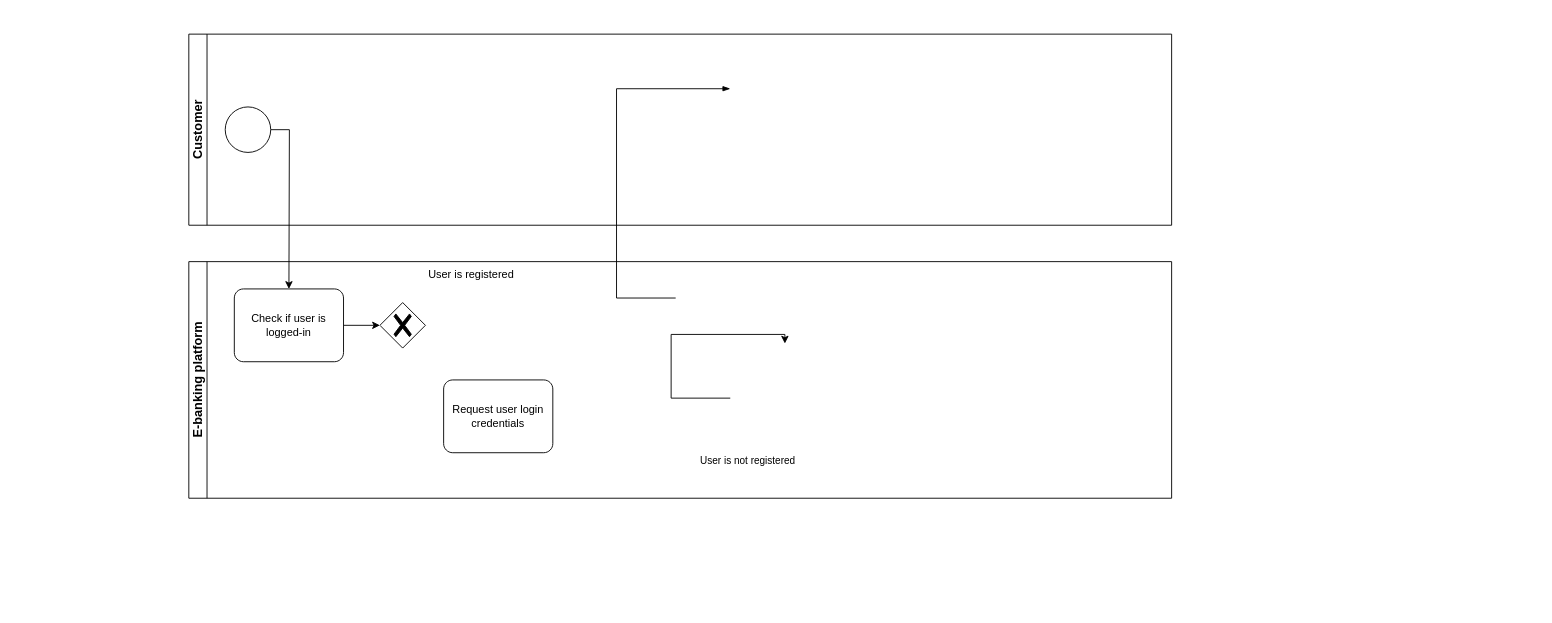
marymakayeva/Practise_project keeps this draw.io diagram as BPMN.drawio. Above is the earlier version. Source tidied: cells renumbered, new cells numbered last; positions are measured from the earlier drawing's top-left corner, leaving out a move shared by most shapes. Both pictures are drawn from the tidied source at 91%, with x=0, y=0 at pixel (188, 34).
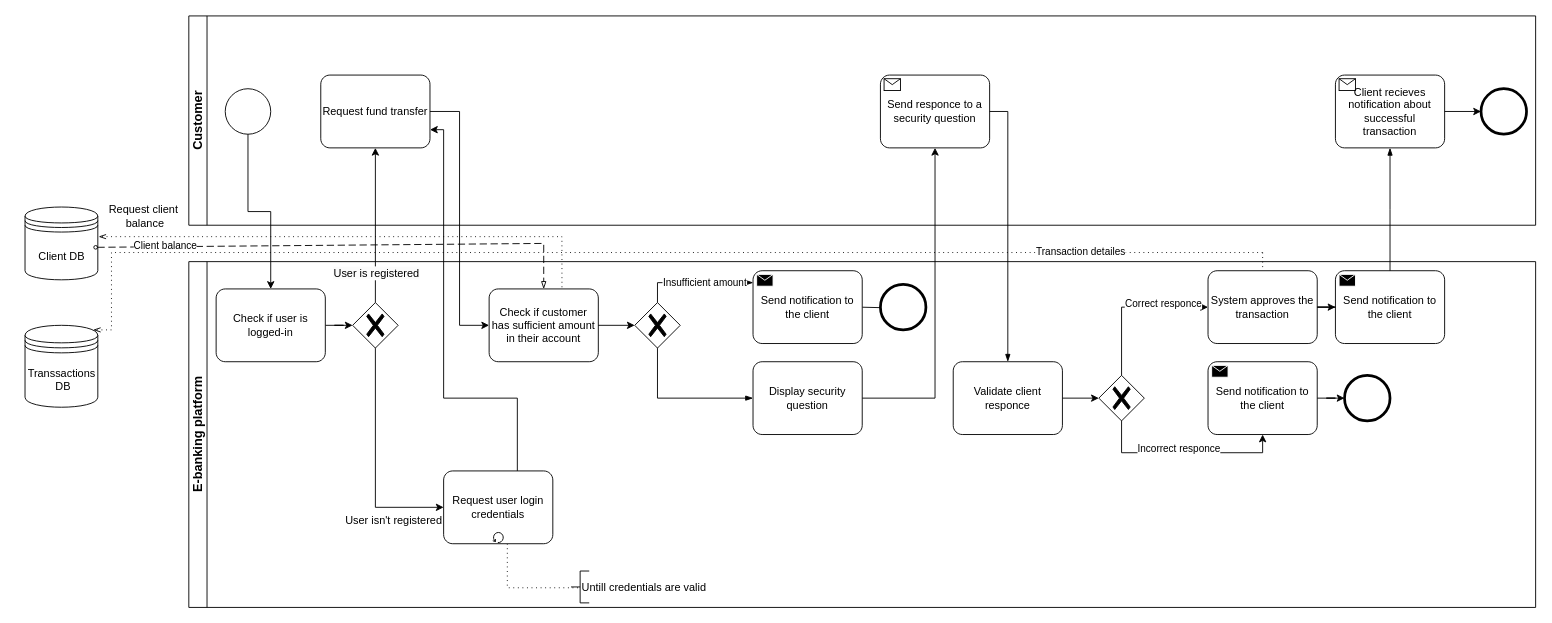
The same diagram, later.

The change refers to these unchanged cells:
```xml
<mxCell id="4" style="shape=mxgraph.bpmn.shape;html=1;verticalLabelPosition=bottom;labelBackgroundColor=#ffffff;verticalAlign=top;perimeter=ellipsePerimeter;outline=standard;symbol=general;" parent="3" vertex="1">
  <mxGeometry x="40" y="80" width="50" height="50" as="geometry" />
</mxCell>
```

Diff of the diagram source:
```diff
@@
-    <mxCell id="2" style="edgeStyle=orthogonalEdgeStyle;rounded=0;html=1;jettySize=auto;" parent="1" edge="1" source="4">
-      <mxGeometry relative="1" as="geometry">
-        <mxPoint x="110" y="280" as="targetPoint" />
-      </mxGeometry>
-    </mxCell>
     <mxCell id="3" value="&lt;font style=&quot;font-size: 14px;&quot;&gt;Customer&lt;/font&gt;" style="swimlane;startSize=20;horizontal=0;html=1;whiteSpace=wrap;" parent="1" vertex="1">
-      <mxGeometry width="1080" height="210" as="geometry" />
+      <mxGeometry y="-20" width="1480" height="230" as="geometry" />
     </mxCell>
@@
+    <mxCell id="14" value="Request fund transfer" style="points=[[0.25,0,0],[0.5,0,0],[0.75,0,0],[1,0.25,0],[1,0.5,0],[1,0.75,0],[0.75,1,0],[0.5,1,0],[0.25,1,0],[0,0.75,0],[0,0.5,0],[0,0.25,0]];shape=mxgraph.bpmn.task;whiteSpace=wrap;rectStyle=rounded;size=10;html=1;taskMarker=abstract;" parent="3" vertex="1">
+      <mxGeometry x="145" y="65" width="120" height="80" as="geometry" />
+    </mxCell>
+    <mxCell id="15" value="Send responce to a security question" style="points=[[0.25,0,0],[0.5,0,0],[0.75,0,0],[1,0.25,0],[1,0.5,0],[1,0.75,0],[0.75,1,0],[0.5,1,0],[0.25,1,0],[0,0.75,0],[0,0.5,0],[0,0.25,0]];shape=mxgraph.bpmn.task;whiteSpace=wrap;rectStyle=rounded;size=10;html=1;taskMarker=receive;" parent="3" vertex="1">
+      <mxGeometry x="760" y="65" width="120" height="80" as="geometry" />
+    </mxCell>
+    <mxCell id="16" value="Client recieves notification about successful transaction" style="points=[[0.25,0,0],[0.5,0,0],[0.75,0,0],[1,0.25,0],[1,0.5,0],[1,0.75,0],[0.75,1,0],[0.5,1,0],[0.25,1,0],[0,0.75,0],[0,0.5,0],[0,0.25,0]];shape=mxgraph.bpmn.task;whiteSpace=wrap;rectStyle=rounded;size=10;html=1;taskMarker=receive;" parent="3" vertex="1">
+      <mxGeometry x="1260" y="65" width="120" height="80" as="geometry" />
+    </mxCell>
+    <mxCell id="17" style="points=[[0.145,0.145,0],[0.5,0,0],[0.855,0.145,0],[1,0.5,0],[0.855,0.855,0],[0.5,1,0],[0.145,0.855,0],[0,0.5,0]];shape=mxgraph.bpmn.event;html=1;verticalLabelPosition=bottom;labelBackgroundColor=#ffffff;verticalAlign=top;align=center;perimeter=ellipsePerimeter;outlineConnect=0;outline=end;symbol=terminate2;" parent="3" vertex="1">
+      <mxGeometry x="1420" y="80" width="50" height="50" as="geometry" />
+    </mxCell>
+    <mxCell id="18" style="edgeStyle=orthogonalEdgeStyle;rounded=0;jettySize=auto;html=1;entryX=0;entryY=0.5;entryDx=0;entryDy=0;entryPerimeter=0;" parent="3" edge="1" source="16" target="17">
+      <mxGeometry relative="1" as="geometry" />
+    </mxCell>
     <mxCell id="5" value="&lt;font style=&quot;font-size: 14px;&quot;&gt;E-banking platform&lt;/font&gt;" style="swimlane;startSize=20;horizontal=0;html=1;whiteSpace=wrap;" parent="1" vertex="1">
-      <mxGeometry y="250" width="1080" height="260" as="geometry" />
+      <mxGeometry y="250" width="1480" height="380" as="geometry" />
     </mxCell>
     <mxCell id="6" style="points=[[0.25,0.25,0],[0.5,0,0],[0.75,0.25,0],[1,0.5,0],[0.75,0.75,0],[0.5,1,0],[0.25,0.75,0],[0,0.5,0]];shape=mxgraph.bpmn.gateway2;html=1;verticalLabelPosition=bottom;labelBackgroundColor=#ffffff;verticalAlign=top;align=center;perimeter=rhombusPerimeter;outlineConnect=0;outline=none;symbol=none;gwType=exclusive;" parent="5" vertex="1">
-      <mxGeometry x="210" y="45" width="50" height="50" as="geometry" />
+      <mxGeometry x="180" y="45" width="50" height="50" as="geometry" />
     </mxCell>
-    <mxCell id="7" value="Request user login credentials" style="points=[[0.25,0,0],[0.5,0,0],[0.75,0,0],[1,0.25,0],[1,0.5,0],[1,0.75,0],[0.75,1,0],[0.5,1,0],[0.25,1,0],[0,0.75,0],[0,0.5,0],[0,0.25,0]];shape=mxgraph.bpmn.task;whiteSpace=wrap;rectStyle=rounded;size=10;html=1;taskMarker=abstract;" parent="5" vertex="1">
-      <mxGeometry x="280" y="130" width="120" height="80" as="geometry" />
-    </mxCell>
@@
     <mxCell id="9" value="Check if user is logged-in" style="points=[[0.25,0,0],[0.5,0,0],[0.75,0,0],[1,0.25,0],[1,0.5,0],[1,0.75,0],[0.75,1,0],[0.5,1,0],[0.25,1,0],[0,0.75,0],[0,0.5,0],[0,0.25,0]];shape=mxgraph.bpmn.task;whiteSpace=wrap;rectStyle=rounded;size=10;html=1;taskMarker=abstract;" parent="5" vertex="1">
-      <mxGeometry x="50" y="30" width="120" height="80" as="geometry" />
+      <mxGeometry x="30" y="30" width="120" height="80" as="geometry" />
     </mxCell>
-    <mxCell id="10" style="edgeStyle=elbowEdgeStyle;fontSize=12;html=1;endArrow=blockThin;endFill=1;rounded=0;exitX=0.5;exitY=0;exitDx=0;exitDy=0;exitPerimeter=0;" parent="5" edge="1">
-      <mxGeometry relative="1" as="geometry">
-        <mxPoint x="535" y="40" as="sourcePoint" />
-        <mxPoint x="595" y="-190" as="targetPoint" />
-        <Array as="points">
-          <mxPoint x="470" y="-190" />
-        </Array>
-      </mxGeometry>
-    </mxCell>
-    <mxCell id="11" style="edgeStyle=orthogonalEdgeStyle;rounded=0;orthogonalLoop=1;jettySize=auto;html=1;exitX=0.5;exitY=1;exitDx=0;exitDy=0;exitPerimeter=0;" parent="5" edge="1">
-      <mxGeometry relative="1" as="geometry">
-        <mxPoint x="595" y="150" as="sourcePoint" />
-        <mxPoint x="655" y="90" as="targetPoint" />
-        <Array as="points">
-          <mxPoint x="530" y="150" />
-          <mxPoint x="530" y="80" />
-          <mxPoint x="655" y="80" />
-        </Array>
-      </mxGeometry>
-    </mxCell>
-    <mxCell id="12" value="User is not registered" style="edgeLabel;html=1;align=center;verticalAlign=middle;" parent="11" vertex="1">
-      <mxGeometry x="-0.49" y="-14" relative="1" as="geometry">
-        <mxPoint x="69" y="72" as="offset" />
-      </mxGeometry>
-    </mxCell>
+    <mxCell id="19" value="User isn't registered" style="text;html=1;align=center;verticalAlign=middle;strokeColor=none;fillColor=none;" parent="5" vertex="1">
+      <mxGeometry x="160" y="270" width="130" height="30" as="geometry" />
+    </mxCell>
+    <mxCell id="20" value="Check if customer has sufficient amount in their account" style="points=[[0.25,0,0],[0.5,0,0],[0.75,0,0],[1,0.25,0],[1,0.5,0],[1,0.75,0],[0.75,1,0],[0.5,1,0],[0.25,1,0],[0,0.75,0],[0,0.5,0],[0,0.25,0]];shape=mxgraph.bpmn.task;whiteSpace=wrap;rectStyle=rounded;size=10;html=1;taskMarker=abstract;" parent="5" vertex="1">
+      <mxGeometry x="330" y="30" width="120" height="80" as="geometry" />
+    </mxCell>
+    <mxCell id="21" style="points=[[0.25,0.25,0],[0.5,0,0],[0.75,0.25,0],[1,0.5,0],[0.75,0.75,0],[0.5,1,0],[0.25,0.75,0],[0,0.5,0]];shape=mxgraph.bpmn.gateway2;html=1;verticalLabelPosition=bottom;labelBackgroundColor=#ffffff;verticalAlign=top;align=center;perimeter=rhombusPerimeter;outlineConnect=0;outline=none;symbol=none;gwType=exclusive;" parent="5" vertex="1">
+      <mxGeometry x="490" y="45" width="50" height="50" as="geometry" />
+    </mxCell>
+    <mxCell id="22" style="edgeStyle=orthogonalEdgeStyle;rounded=0;jettySize=auto;html=1;entryX=0;entryY=0.5;entryDx=0;entryDy=0;entryPerimeter=0;" parent="5" edge="1" source="20" target="21">
+      <mxGeometry relative="1" as="geometry" />
+    </mxCell>
+    <mxCell id="23" style="edgeStyle=elbowEdgeStyle;fontSize=12;html=1;endArrow=blockThin;endFill=1;rounded=0;exitX=0.5;exitY=0;exitDx=0;exitDy=0;exitPerimeter=0;entryX=0.002;entryY=0.164;entryDx=0;entryDy=0;entryPerimeter=0;" parent="5" edge="1" source="21">
+      <mxGeometry relative="1" as="geometry">
+        <mxPoint x="620.2" y="23.1" as="targetPoint" />
+        <Array as="points">
+          <mxPoint x="515" y="30" />
+        </Array>
+      </mxGeometry>
+    </mxCell>
+    <mxCell id="24" value="Insufficient amount" style="edgeLabel;html=1;align=center;verticalAlign=middle;" parent="23" vertex="1">
+      <mxGeometry x="-0.03" y="-1" relative="1" as="geometry">
+        <mxPoint x="11" y="-2" as="offset" />
+      </mxGeometry>
+    </mxCell>
+    <mxCell id="25" style="edgeStyle=orthogonalEdgeStyle;rounded=0;jettySize=auto;html=1;" parent="5" edge="1" target="26">
+      <mxGeometry relative="1" as="geometry">
+        <mxPoint x="740" y="50.1" as="sourcePoint" />
+      </mxGeometry>
+    </mxCell>
+    <mxCell id="26" style="points=[[0.145,0.145,0],[0.5,0,0],[0.855,0.145,0],[1,0.5,0],[0.855,0.855,0],[0.5,1,0],[0.145,0.855,0],[0,0.5,0]];shape=mxgraph.bpmn.event;html=1;verticalLabelPosition=bottom;labelBackgroundColor=#ffffff;verticalAlign=top;align=center;perimeter=ellipsePerimeter;outlineConnect=0;outline=end;symbol=terminate2;" parent="5" vertex="1">
+      <mxGeometry x="760" y="25" width="50" height="50" as="geometry" />
+    </mxCell>
+    <mxCell id="27" value="Display security question" style="points=[[0.25,0,0],[0.5,0,0],[0.75,0,0],[1,0.25,0],[1,0.5,0],[1,0.75,0],[0.75,1,0],[0.5,1,0],[0.25,1,0],[0,0.75,0],[0,0.5,0],[0,0.25,0]];shape=mxgraph.bpmn.task;whiteSpace=wrap;rectStyle=rounded;size=10;html=1;taskMarker=abstract;" parent="5" vertex="1">
+      <mxGeometry x="620" y="110" width="120" height="80" as="geometry" />
+    </mxCell>
+    <mxCell id="28" style="edgeStyle=elbowEdgeStyle;fontSize=12;html=1;endArrow=blockThin;endFill=1;rounded=0;exitX=0.5;exitY=1;exitDx=0;exitDy=0;exitPerimeter=0;entryX=0;entryY=0.5;entryDx=0;entryDy=0;entryPerimeter=0;" parent="5" edge="1" source="21" target="27">
+      <mxGeometry relative="1" as="geometry">
+        <Array as="points">
+          <mxPoint x="515" y="130" />
+        </Array>
+      </mxGeometry>
+    </mxCell>
+    <mxCell id="29" value="Validate client responce" style="points=[[0.25,0,0],[0.5,0,0],[0.75,0,0],[1,0.25,0],[1,0.5,0],[1,0.75,0],[0.75,1,0],[0.5,1,0],[0.25,1,0],[0,0.75,0],[0,0.5,0],[0,0.25,0]];shape=mxgraph.bpmn.task;whiteSpace=wrap;rectStyle=rounded;size=10;html=1;taskMarker=abstract;" parent="5" vertex="1">
+      <mxGeometry x="840" y="110" width="120" height="80" as="geometry" />
+    </mxCell>
+    <mxCell id="30" style="points=[[0.25,0.25,0],[0.5,0,0],[0.75,0.25,0],[1,0.5,0],[0.75,0.75,0],[0.5,1,0],[0.25,0.75,0],[0,0.5,0]];shape=mxgraph.bpmn.gateway2;html=1;verticalLabelPosition=bottom;labelBackgroundColor=#ffffff;verticalAlign=top;align=center;perimeter=rhombusPerimeter;outlineConnect=0;outline=none;symbol=none;gwType=exclusive;" parent="5" vertex="1">
+      <mxGeometry x="1000" y="125" width="50" height="50" as="geometry" />
+    </mxCell>
+    <mxCell id="31" style="edgeStyle=orthogonalEdgeStyle;rounded=0;jettySize=auto;html=1;entryX=0;entryY=0.5;entryDx=0;entryDy=0;entryPerimeter=0;" parent="5" edge="1" source="29" target="30">
+      <mxGeometry relative="1" as="geometry" />
+    </mxCell>
+    <mxCell id="32" value="System approves the transaction" style="points=[[0.25,0,0],[0.5,0,0],[0.75,0,0],[1,0.25,0],[1,0.5,0],[1,0.75,0],[0.75,1,0],[0.5,1,0],[0.25,1,0],[0,0.75,0],[0,0.5,0],[0,0.25,0]];shape=mxgraph.bpmn.task;whiteSpace=wrap;rectStyle=rounded;size=10;html=1;taskMarker=abstract;" parent="5" vertex="1">
+      <mxGeometry x="1120" y="10" width="120" height="80" as="geometry" />
+    </mxCell>
+    <mxCell id="33" style="edgeStyle=orthogonalEdgeStyle;rounded=0;jettySize=auto;html=1;exitX=0.5;exitY=0;exitDx=0;exitDy=0;exitPerimeter=0;entryX=0;entryY=0.5;entryDx=0;entryDy=0;entryPerimeter=0;" parent="5" edge="1" source="30" target="32">
+      <mxGeometry relative="1" as="geometry" />
+    </mxCell>
+    <mxCell id="34" value="Correct responce" style="edgeLabel;html=1;align=center;verticalAlign=middle;" parent="33" vertex="1">
+      <mxGeometry x="0.18" y="3" relative="1" as="geometry">
+        <mxPoint x="20" y="-2" as="offset" />
+      </mxGeometry>
+    </mxCell>
+    <mxCell id="35" style="edgeStyle=orthogonalEdgeStyle;rounded=0;jettySize=auto;html=1;entryX=0.5;entryY=1;entryDx=0;entryDy=0;entryPerimeter=0;exitX=0.5;exitY=1;exitDx=0;exitDy=0;exitPerimeter=0;" parent="5" edge="1" source="30">
+      <mxGeometry relative="1" as="geometry">
+        <mxPoint x="1180" y="190" as="targetPoint" />
+        <Array as="points">
+          <mxPoint x="1025" y="210" />
+          <mxPoint x="1180" y="210" />
+        </Array>
+      </mxGeometry>
+    </mxCell>
+    <mxCell id="36" value="Incorrect responce" style="edgeLabel;html=1;align=center;verticalAlign=middle;" parent="35" vertex="1">
+      <mxGeometry x="-0.08" y="5" relative="1" as="geometry" />
+    </mxCell>
+    <mxCell id="37" value="Send notification to the client" style="points=[[0.25,0,0],[0.5,0,0],[0.75,0,0],[1,0.25,0],[1,0.5,0],[1,0.75,0],[0.75,1,0],[0.5,1,0],[0.25,1,0],[0,0.75,0],[0,0.5,0],[0,0.25,0]];shape=mxgraph.bpmn.task;whiteSpace=wrap;rectStyle=rounded;size=10;html=1;taskMarker=send;" parent="5" vertex="1">
+      <mxGeometry x="1120" y="110" width="120" height="80" as="geometry" />
+    </mxCell>
+    <mxCell id="38" value="Send notification to the client" style="shape=mxgraph.bpmn.task;whiteSpace=wrap;rectStyle=rounded;size=10;html=1;taskMarker=send;" parent="5" vertex="1">
+      <mxGeometry x="620" y="10" width="120" height="80" as="geometry" />
+    </mxCell>
+    <mxCell id="39" style="points=[[0.145,0.145,0],[0.5,0,0],[0.855,0.145,0],[1,0.5,0],[0.855,0.855,0],[0.5,1,0],[0.145,0.855,0],[0,0.5,0]];shape=mxgraph.bpmn.event;html=1;verticalLabelPosition=bottom;labelBackgroundColor=#ffffff;verticalAlign=top;align=center;perimeter=ellipsePerimeter;outlineConnect=0;outline=end;symbol=terminate2;" parent="5" vertex="1">
+      <mxGeometry x="1270" y="125" width="50" height="50" as="geometry" />
+    </mxCell>
+    <mxCell id="40" style="edgeStyle=orthogonalEdgeStyle;rounded=0;jettySize=auto;html=1;entryX=0;entryY=0.5;entryDx=0;entryDy=0;entryPerimeter=0;" parent="5" edge="1" source="37" target="39">
+      <mxGeometry relative="1" as="geometry" />
+    </mxCell>
+    <mxCell id="41" value="Send notification to the client" style="points=[[0.25,0,0],[0.5,0,0],[0.75,0,0],[1,0.25,0],[1,0.5,0],[1,0.75,0],[0.75,1,0],[0.5,1,0],[0.25,1,0],[0,0.75,0],[0,0.5,0],[0,0.25,0]];shape=mxgraph.bpmn.task;whiteSpace=wrap;rectStyle=rounded;size=10;html=1;taskMarker=send;" parent="5" vertex="1">
+      <mxGeometry x="1260" y="10" width="120" height="80" as="geometry" />
+    </mxCell>
+    <mxCell id="42" style="edgeStyle=orthogonalEdgeStyle;rounded=0;jettySize=auto;html=1;entryX=0;entryY=0.5;entryDx=0;entryDy=0;entryPerimeter=0;" parent="5" edge="1" source="32" target="41">
+      <mxGeometry relative="1" as="geometry" />
+    </mxCell>
+    <mxCell id="43" style="html=1;shape=mxgraph.flowchart.annotation_2;align=left;labelPosition=right;" parent="5" vertex="1">
+      <mxGeometry x="420" y="340" width="20" height="35" as="geometry" />
+    </mxCell>
+    <mxCell id="44" style="edgeStyle=elbowEdgeStyle;fontSize=12;html=1;endFill=0;startFill=0;endSize=6;startSize=6;dashed=1;dashPattern=1 4;endArrow=none;startArrow=none;rounded=0;entryX=0.512;entryY=0.526;entryDx=0;entryDy=0;entryPerimeter=0;" parent="5" edge="1" target="43">
+      <mxGeometry relative="1" as="geometry">
+        <mxPoint x="350" y="310" as="sourcePoint" />
+        <Array as="points">
+          <mxPoint x="350" y="340" />
+        </Array>
+      </mxGeometry>
+    </mxCell>
+    <mxCell id="45" value="Untill credentials are valid" style="text;html=1;align=center;verticalAlign=middle;strokeColor=none;fillColor=none;" parent="5" vertex="1">
+      <mxGeometry x="420" y="342.5" width="160" height="30" as="geometry" />
+    </mxCell>
+    <mxCell id="7" value="Request user login credentials" style="points=[[0.25,0,0],[0.5,0,0],[0.75,0,0],[1,0.25,0],[1,0.5,0],[1,0.75,0],[0.75,1,0],[0.5,1,0],[0.25,1,0],[0,0.75,0],[0,0.5,0],[0,0.25,0]];shape=mxgraph.bpmn.task;whiteSpace=wrap;rectStyle=rounded;size=10;html=1;taskMarker=abstract;isLoopStandard=1;" parent="5" vertex="1">
+      <mxGeometry x="280" y="230" width="120" height="80" as="geometry" />
+    </mxCell>
+    <mxCell id="46" style="edgeStyle=orthogonalEdgeStyle;rounded=0;jettySize=auto;html=1;entryX=0;entryY=0.5;entryDx=0;entryDy=0;entryPerimeter=0;exitX=0.5;exitY=1;exitDx=0;exitDy=0;exitPerimeter=0;" parent="5" edge="1" source="6" target="7">
+      <mxGeometry relative="1" as="geometry" />
+    </mxCell>
+    <mxCell id="47" style="edgeStyle=orthogonalEdgeStyle;rounded=0;jettySize=auto;html=1;entryX=1;entryY=0.75;entryDx=0;entryDy=0;entryPerimeter=0;" parent="5" edge="1" target="14">
+      <mxGeometry relative="1" as="geometry">
+        <mxPoint x="361" y="230" as="sourcePoint" />
+        <Array as="points">
+          <mxPoint x="361" y="150" />
+          <mxPoint x="280" y="150" />
+          <mxPoint x="280" y="-145" />
+        </Array>
+      </mxGeometry>
+    </mxCell>
+    <mxCell id="48" style="edgeStyle=orthogonalEdgeStyle;rounded=0;jettySize=auto;html=1;exitX=0.5;exitY=1;exitDx=0;exitDy=0;entryX=0.5;entryY=0;entryDx=0;entryDy=0;entryPerimeter=0;" parent="1" edge="1" source="4" target="9">
+      <mxGeometry relative="1" as="geometry" />
+    </mxCell>
+    <mxCell id="49" style="edgeStyle=orthogonalEdgeStyle;rounded=0;jettySize=auto;html=1;exitX=0.5;exitY=0;exitDx=0;exitDy=0;exitPerimeter=0;entryX=0.5;entryY=1;entryDx=0;entryDy=0;entryPerimeter=0;" parent="1" edge="1" source="6" target="14">
+      <mxGeometry relative="1" as="geometry" />
+    </mxCell>
-    <mxCell id="13" value="User is registered" style="text;html=1;align=center;verticalAlign=middle;strokeColor=none;fillColor=none;" parent="5" vertex="1">
-      <mxGeometry x="250" width="120" height="30" as="geometry" />
+    <mxCell id="13" value="&lt;span style=&quot;font-size: 12px; background-color: rgb(251, 251, 251);&quot;&gt;User is registered&lt;/span&gt;" style="edgeLabel;html=1;align=center;verticalAlign=middle;" parent="49" vertex="1">
+      <mxGeometry x="-0.24" y="-2" relative="1" as="geometry">
+        <mxPoint x="-2" y="32" as="offset" />
+      </mxGeometry>
     </mxCell>
+    <mxCell id="50" style="edgeStyle=orthogonalEdgeStyle;rounded=0;jettySize=auto;html=1;entryX=0;entryY=0.5;entryDx=0;entryDy=0;entryPerimeter=0;" parent="1" edge="1" source="14" target="20">
+      <mxGeometry relative="1" as="geometry" />
+    </mxCell>
+    <mxCell id="51" style="shape=datastore;html=1;labelPosition=center;verticalLabelPosition=bottom;align=center;verticalAlign=top;" parent="1" vertex="1">
+      <mxGeometry x="-180" y="190" width="80" height="80" as="geometry" />
+    </mxCell>
+    <mxCell id="52" value="Client DB" style="text;html=1;align=center;verticalAlign=middle;points=[];strokeColor=none;fillColor=none;" parent="1" vertex="1">
+      <mxGeometry x="-175" y="230" width="70" height="30" as="geometry" />
+    </mxCell>
+    <mxCell id="53" style="edgeStyle=elbowEdgeStyle;fontSize=12;html=1;endFill=0;startFill=0;endSize=6;startSize=6;dashed=1;dashPattern=1 4;endArrow=openThin;startArrow=none;rounded=0;exitX=0.667;exitY=-0.023;exitDx=0;exitDy=0;exitPerimeter=0;entryX=1.012;entryY=0.407;entryDx=0;entryDy=0;entryPerimeter=0;" parent="1" edge="1" source="20" target="51">
+      <mxGeometry relative="1" as="geometry">
+        <Array as="points">
+          <mxPoint x="410" y="250" />
+        </Array>
+      </mxGeometry>
+    </mxCell>
+    <mxCell id="54" style="endArrow=blockThin;html=1;labelPosition=left;verticalLabelPosition=middle;align=right;verticalAlign=middle;dashed=1;dashPattern=8 4;endFill=0;startArrow=oval;startFill=0;endSize=6;startSize=4;rounded=0;exitX=1.037;exitY=0.143;exitDx=0;exitDy=0;exitPerimeter=0;entryX=0.5;entryY=0;entryDx=0;entryDy=0;entryPerimeter=0;" parent="1" edge="1" source="52" target="20">
+      <mxGeometry relative="1" as="geometry">
+        <Array as="points">
+          <mxPoint x="390" y="230" />
+        </Array>
+      </mxGeometry>
+    </mxCell>
+    <mxCell id="55" value="Client balance" style="edgeLabel;html=1;align=center;verticalAlign=middle;" parent="54" vertex="1">
+      <mxGeometry x="-0.41" relative="1" as="geometry">
+        <mxPoint x="-84" as="offset" />
+      </mxGeometry>
+    </mxCell>
+    <mxCell id="56" value="Request client&lt;div&gt;&amp;nbsp;balance&lt;/div&gt;" style="text;html=1;align=center;verticalAlign=middle;strokeColor=none;fillColor=none;" parent="1" vertex="1">
+      <mxGeometry x="-100" y="180" width="100" height="40" as="geometry" />
+    </mxCell>
+    <mxCell id="57" style="edgeStyle=orthogonalEdgeStyle;rounded=0;jettySize=auto;html=1;entryX=0.5;entryY=1;entryDx=0;entryDy=0;entryPerimeter=0;" parent="1" edge="1" source="27" target="15">
+      <mxGeometry relative="1" as="geometry" />
+    </mxCell>
+    <mxCell id="58" style="edgeStyle=elbowEdgeStyle;fontSize=12;html=1;endArrow=blockThin;endFill=1;rounded=0;exitX=1;exitY=0.5;exitDx=0;exitDy=0;exitPerimeter=0;entryX=0.5;entryY=0;entryDx=0;entryDy=0;entryPerimeter=0;" parent="1" edge="1" source="15" target="29">
+      <mxGeometry relative="1" as="geometry">
+        <Array as="points">
+          <mxPoint x="900" y="230" />
+        </Array>
+      </mxGeometry>
+    </mxCell>
+    <mxCell id="59" style="edgeStyle=elbowEdgeStyle;fontSize=12;html=1;endArrow=blockThin;endFill=1;rounded=0;exitX=0.5;exitY=0;exitDx=0;exitDy=0;exitPerimeter=0;entryX=0.5;entryY=1;entryDx=0;entryDy=0;entryPerimeter=0;" parent="1" edge="1" source="41" target="16">
+      <mxGeometry relative="1" as="geometry" />
+    </mxCell>
+    <mxCell id="60" style="shape=datastore;html=1;labelPosition=center;verticalLabelPosition=bottom;align=center;verticalAlign=top;" parent="1" vertex="1">
+      <mxGeometry x="-180" y="320" width="80" height="90" as="geometry" />
+    </mxCell>
+    <mxCell id="61" value="Transsactions&lt;div&gt;&amp;nbsp;DB&lt;/div&gt;" style="text;html=1;align=center;verticalAlign=middle;strokeColor=none;fillColor=none;" parent="1" vertex="1">
+      <mxGeometry x="-190" y="360" width="100" height="40" as="geometry" />
+    </mxCell>
+    <mxCell id="62" style="edgeStyle=elbowEdgeStyle;fontSize=12;html=1;endFill=0;startFill=0;endSize=6;startSize=6;dashed=1;dashPattern=1 4;endArrow=openThin;startArrow=none;rounded=0;entryX=1;entryY=0.5;entryDx=0;entryDy=0;" parent="1" edge="1">
+      <mxGeometry relative="1" as="geometry">
+        <mxPoint x="1180" y="240" as="sourcePoint" />
+        <mxPoint x="-105" y="325" as="targetPoint" />
+        <Array as="points">
+          <mxPoint x="-85" y="270" />
+        </Array>
+      </mxGeometry>
+    </mxCell>
+    <mxCell id="63" value="Transaction detailes" style="edgeLabel;html=1;align=center;verticalAlign=middle;" parent="62" vertex="1">
+      <mxGeometry x="-0.66" y="-2" relative="1" as="geometry">
+        <mxPoint x="32" as="offset" />
+      </mxGeometry>
+    </mxCell>
+    <mxCell id="64" style="edgeStyle=elbowEdgeStyle;fontSize=12;html=1;endFill=0;startFill=0;endSize=6;startSize=6;dashed=1;dashPattern=1 4;endArrow=none;startArrow=none;rounded=0;entryX=0.5;entryY=0;entryDx=0;entryDy=0;entryPerimeter=0;" parent="1" edge="1" target="32">
+      <mxGeometry relative="1" as="geometry">
+        <mxPoint x="1180" y="240" as="sourcePoint" />
+      </mxGeometry>
+    </mxCell>
```
